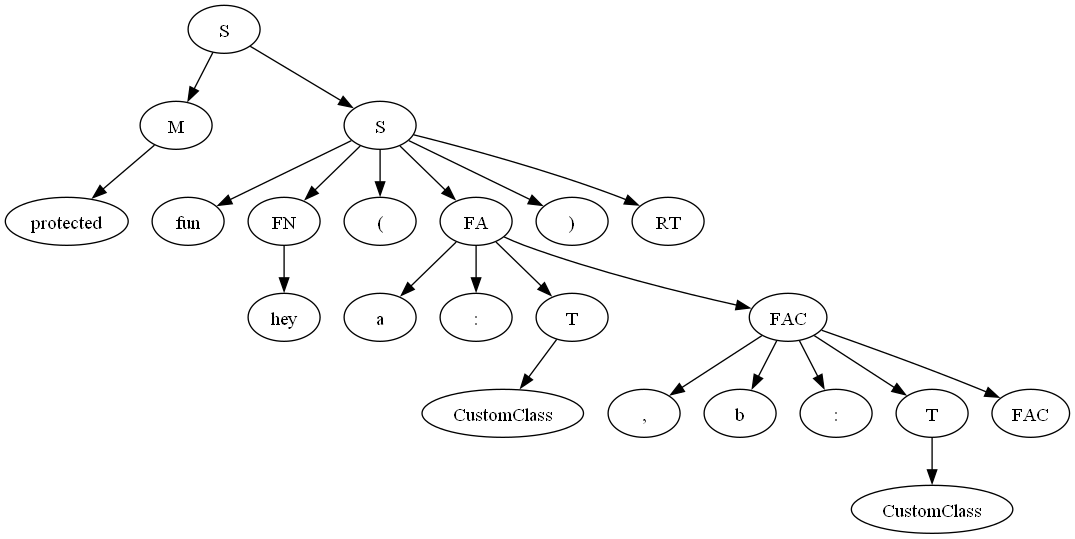
Above: lab2New/graph4.png in Ultimatereo/MT (Graphviz), before the change. Its source is kept beside it as lab2New/graph4.dot.
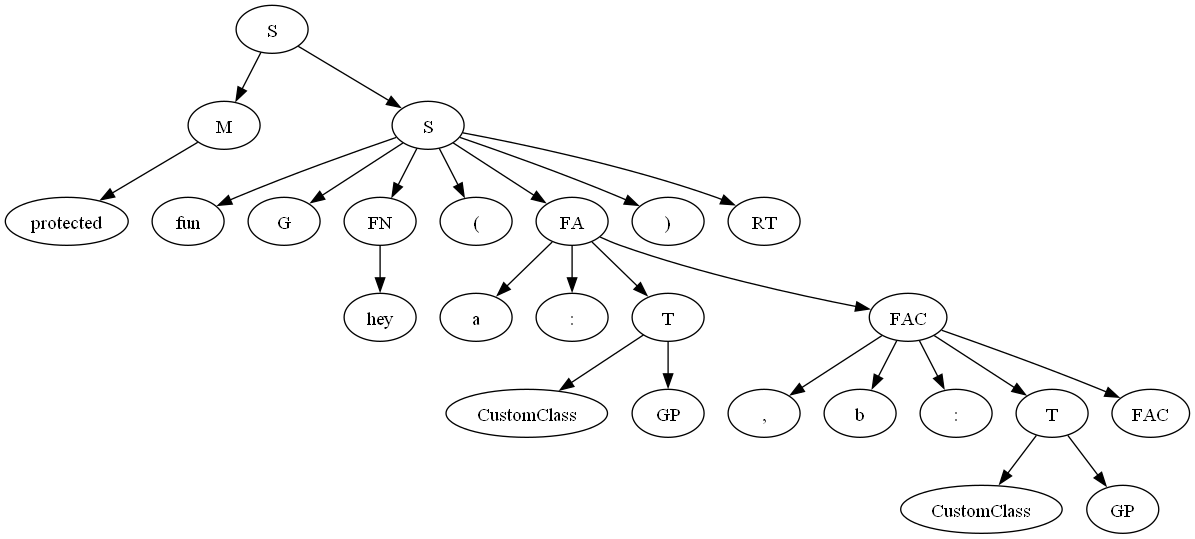
Later version of the same file.

The edit, as a diff of the source:
```diff
@@ -1,66 +1,75 @@
 digraph ParserResult {
-"S_96" [label="S"]
-"M_95" [label="M"]
-"S_96"->"M_95";
-"M_95" [label="M"]
-"protected_94" [label="protected"]
-"M_95"->"protected_94";
-"protected_94" [label="protected"]
-"S_93" [label="S"]
-"S_96"->"S_93";
-"S_93" [label="S"]
-"fun_90" [label="fun"]
-"S_93"->"fun_90";
-"fun_90" [label="fun"]
-"FN_76" [label="FN"]
-"S_93"->"FN_76";
-"FN_76" [label="FN"]
-"hey_75" [label="hey"]
-"FN_76"->"hey_75";
-"hey_75" [label="hey"]
-"(_91" [label="("]
-"S_93"->"(_91";
-"(_91" [label="("]
-"FA_88" [label="FA"]
-"S_93"->"FA_88";
-"FA_88" [label="FA"]
-"a_86" [label="a"]
-"FA_88"->"a_86";
-"a_86" [label="a"]
-":_87" [label=":"]
-"FA_88"->":_87";
-":_87" [label=":"]
-"T_78" [label="T"]
-"FA_88"->"T_78";
-"T_78" [label="T"]
-"CustomClass_77" [label="CustomClass"]
-"T_78"->"CustomClass_77";
-"CustomClass_77" [label="CustomClass"]
-"FAC_85" [label="FAC"]
-"FA_88"->"FAC_85";
-"FAC_85" [label="FAC"]
-",_82" [label=","]
-"FAC_85"->",_82";
-",_82" [label=","]
-"b_83" [label="b"]
-"FAC_85"->"b_83";
-"b_83" [label="b"]
-":_84" [label=":"]
-"FAC_85"->":_84";
-":_84" [label=":"]
-"T_80" [label="T"]
-"FAC_85"->"T_80";
-"T_80" [label="T"]
-"CustomClass_79" [label="CustomClass"]
-"T_80"->"CustomClass_79";
-"CustomClass_79" [label="CustomClass"]
-"FAC_81" [label="FAC"]
-"FAC_85"->"FAC_81";
-"FAC_81" [label="FAC"]
-")_92" [label=")"]
-"S_93"->")_92";
-")_92" [label=")"]
-"RT_89" [label="RT"]
-"S_93"->"RT_89";
-"RT_89" [label="RT"]
+"S_110" [label="S"]
+"M_109" [label="M"]
+"S_110"->"M_109";
+"M_109" [label="M"]
+"protected_108" [label="protected"]
+"M_109"->"protected_108";
+"protected_108" [label="protected"]
+"S_107" [label="S"]
+"S_110"->"S_107";
+"S_107" [label="S"]
+"fun_104" [label="fun"]
+"S_107"->"fun_104";
+"fun_104" [label="fun"]
+"G_86" [label="G"]
+"S_107"->"G_86";
+"G_86" [label="G"]
+"FN_88" [label="FN"]
+"S_107"->"FN_88";
+"FN_88" [label="FN"]
+"hey_87" [label="hey"]
+"FN_88"->"hey_87";
+"hey_87" [label="hey"]
+"(_105" [label="("]
+"S_107"->"(_105";
+"(_105" [label="("]
+"FA_102" [label="FA"]
+"S_107"->"FA_102";
+"FA_102" [label="FA"]
+"a_100" [label="a"]
+"FA_102"->"a_100";
+"a_100" [label="a"]
+":_101" [label=":"]
+"FA_102"->":_101";
+":_101" [label=":"]
+"T_91" [label="T"]
+"FA_102"->"T_91";
+"T_91" [label="T"]
+"CustomClass_90" [label="CustomClass"]
+"T_91"->"CustomClass_90";
+"CustomClass_90" [label="CustomClass"]
+"GP_89" [label="GP"]
+"T_91"->"GP_89";
+"GP_89" [label="GP"]
+"FAC_99" [label="FAC"]
+"FA_102"->"FAC_99";
+"FAC_99" [label="FAC"]
+",_96" [label=","]
+"FAC_99"->",_96";
+",_96" [label=","]
+"b_97" [label="b"]
+"FAC_99"->"b_97";
+"b_97" [label="b"]
+":_98" [label=":"]
+"FAC_99"->":_98";
+":_98" [label=":"]
+"T_94" [label="T"]
+"FAC_99"->"T_94";
+"T_94" [label="T"]
+"CustomClass_93" [label="CustomClass"]
+"T_94"->"CustomClass_93";
+"CustomClass_93" [label="CustomClass"]
+"GP_92" [label="GP"]
+"T_94"->"GP_92";
+"GP_92" [label="GP"]
+"FAC_95" [label="FAC"]
+"FAC_99"->"FAC_95";
+"FAC_95" [label="FAC"]
+")_106" [label=")"]
+"S_107"->")_106";
+")_106" [label=")"]
+"RT_103" [label="RT"]
+"S_107"->"RT_103";
+"RT_103" [label="RT"]
 }
```
